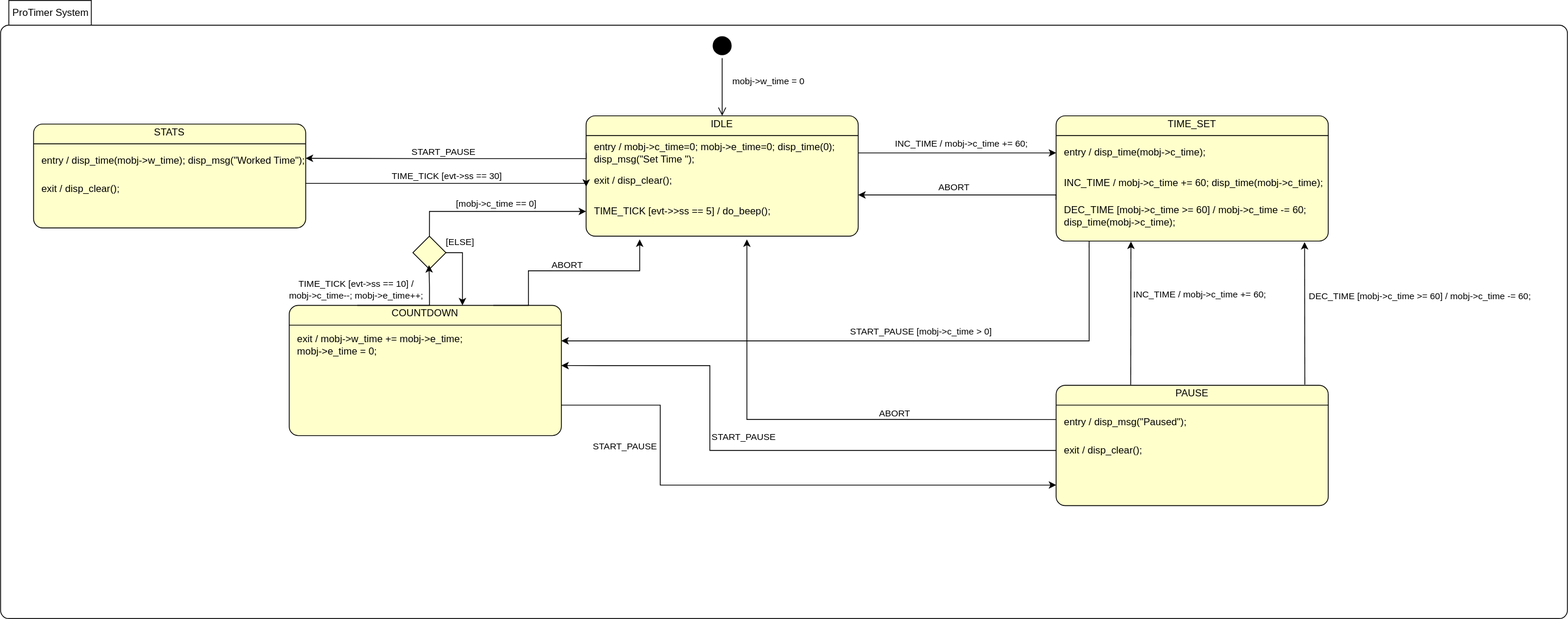
The draw.io diagram doc/fsm/ProTimer.drawio.svg in s-rincon/fw-stm32-productivity-timer, before a commit. Source tidied: cells renumbered, new cells last; positions are measured from the earlier drawing's top-left corner, leaving out a move shared by most shapes.
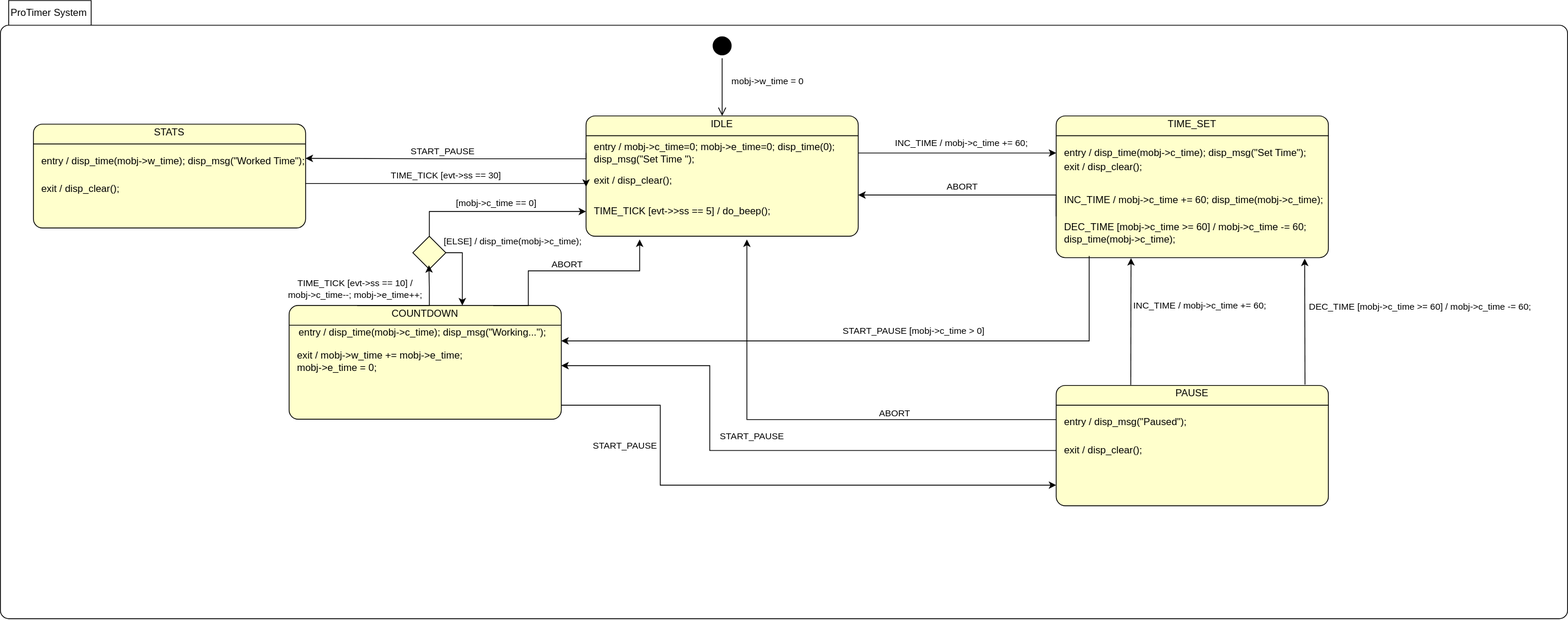
Above is the later version.

Change to the diagram source:
```diff
@@ -63,7 +63,7 @@
       <mxGeometry y="126" width="330" height="20" as="geometry" />
     </mxCell>
     <mxCell id="22" style="fontStyle=1;align=center;verticalAlign=middle;horizontal=1;rounded=1;absoluteArcSize=1;arcSize=22;fillColor=#FFFFCC;" parent="1" vertex="1">
-      <mxGeometry x="1280" y="140" width="330" height="152" as="geometry" />
+      <mxGeometry x="1280" y="140" width="330" height="172" as="geometry" />
     </mxCell>
     <mxCell id="23" value="TIME_SET" style="html=1;align=center;spacing=0;verticalAlign=middle;strokeColor=none;fillColor=none;whiteSpace=wrap;" parent="22" vertex="1">
       <mxGeometry width="330" height="20" as="geometry" />
@@ -74,26 +74,29 @@
     <mxCell id="25" style="html=1;align=left;spacing=0;spacingLeft=10;verticalAlign=middle;strokeColor=none;fillColor=none;whiteSpace=wrap;" parent="22" vertex="1">
       <mxGeometry y="28" width="330" height="10" as="geometry" />
     </mxCell>
-    <mxCell id="26" value="entry / disp_time(mobj-&amp;gt;c_time);" style="html=1;align=left;spacing=0;spacingLeft=10;verticalAlign=middle;strokeColor=none;fillColor=none;whiteSpace=wrap;" parent="22" vertex="1">
+    <mxCell id="26" value="entry / disp_time(mobj-&amp;gt;c_time); disp_msg(&quot;Set Time&quot;);" style="html=1;align=left;spacing=0;spacingLeft=10;verticalAlign=middle;strokeColor=none;fillColor=none;whiteSpace=wrap;" parent="22" vertex="1">
       <mxGeometry y="38" width="330" height="14" as="geometry" />
     </mxCell>
-    <mxCell id="27" style="html=1;align=left;spacing=0;spacingLeft=10;verticalAlign=middle;strokeColor=none;fillColor=none;whiteSpace=wrap;" parent="22" vertex="1">
+    <mxCell id="27" value="exit / disp_clear();" style="html=1;align=left;spacing=0;spacingLeft=10;verticalAlign=middle;strokeColor=none;fillColor=none;whiteSpace=wrap;" parent="22" vertex="1">
       <mxGeometry y="52" width="330" height="20" as="geometry" />
     </mxCell>
+    <mxCell id="84" style="html=1;align=left;spacing=0;spacingLeft=10;verticalAlign=middle;strokeColor=none;fillColor=none;whiteSpace=wrap;" parent="22" vertex="1">
+      <mxGeometry y="72" width="330" height="20" as="geometry" />
+    </mxCell>
     <mxCell id="28" value="INC_TIME / mobj-&amp;gt;c_time += 60; disp_time(mobj-&amp;gt;c_time);" style="html=1;align=left;spacing=0;spacingLeft=10;verticalAlign=middle;strokeColor=none;fillColor=none;whiteSpace=wrap;" parent="22" vertex="1">
-      <mxGeometry y="72" width="330" height="20" as="geometry" />
+      <mxGeometry y="92" width="330" height="20" as="geometry" />
     </mxCell>
     <mxCell id="29" style="html=1;align=left;spacing=0;spacingLeft=10;verticalAlign=middle;strokeColor=none;fillColor=none;whiteSpace=wrap;" parent="22" vertex="1">
-      <mxGeometry y="92" width="330" height="20" as="geometry" />
+      <mxGeometry y="112" width="330" height="20" as="geometry" />
     </mxCell>
     <mxCell id="30" value="DEC_TIME [mobj-&amp;gt;c_time &amp;gt;= 60] / mobj-&amp;gt;c_time -= 60;&lt;div&gt;disp_time(mobj-&amp;gt;c_time);&lt;/div&gt;" style="html=1;align=left;spacing=0;spacingLeft=10;verticalAlign=middle;strokeColor=none;fillColor=none;whiteSpace=wrap;" parent="22" vertex="1">
-      <mxGeometry y="112" width="330" height="20" as="geometry" />
+      <mxGeometry y="132" width="330" height="20" as="geometry" />
     </mxCell>
     <mxCell id="31" style="html=1;align=left;spacing=0;spacingLeft=10;verticalAlign=middle;strokeColor=none;fillColor=none;whiteSpace=wrap;" parent="22" vertex="1">
-      <mxGeometry y="132" width="330" height="20" as="geometry" />
+      <mxGeometry y="152" width="330" height="20" as="geometry" />
     </mxCell>
     <mxCell id="32" style="fontStyle=1;align=center;verticalAlign=middle;horizontal=1;rounded=1;absoluteArcSize=1;arcSize=22;fillColor=#FFFFCC;" parent="1" vertex="1">
-      <mxGeometry x="350" y="370" width="330" height="158" as="geometry" />
+      <mxGeometry x="350" y="370" width="330" height="138" as="geometry" />
     </mxCell>
     <mxCell id="33" value="COUNTDOWN" style="html=1;align=center;spacing=0;verticalAlign=middle;strokeColor=none;fillColor=none;whiteSpace=wrap;" parent="32" vertex="1">
       <mxGeometry width="330" height="20" as="geometry" />
@@ -101,26 +104,23 @@
     <mxCell id="34" style="line;strokeWidth=1;fillColor=none;align=left;verticalAlign=middle;spacingTop=-1;spacingLeft=3;spacingRight=3;labelPosition=right;" parent="32" vertex="1">
       <mxGeometry y="20" width="330" height="8" as="geometry" />
     </mxCell>
-    <mxCell id="35" style="html=1;align=left;spacing=0;spacingLeft=10;verticalAlign=middle;strokeColor=none;fillColor=none;whiteSpace=wrap;" parent="32" vertex="1">
+    <mxCell id="35" value="entry / disp_time(mobj-&amp;gt;c_time); disp_msg(&quot;Working...&quot;);" style="html=1;align=left;spacing=0;spacingLeft=10;verticalAlign=middle;strokeColor=none;fillColor=none;whiteSpace=wrap;" parent="32" vertex="1">
       <mxGeometry y="28" width="330" height="10" as="geometry" />
     </mxCell>
+    <mxCell id="38" style="html=1;align=left;spacing=0;spacingLeft=10;verticalAlign=middle;strokeColor=none;fillColor=none;whiteSpace=wrap;" parent="32" vertex="1">
+      <mxGeometry y="38" width="330" height="20" as="geometry" />
+    </mxCell>
     <mxCell id="36" value="exit / mobj-&amp;gt;w_time += mobj-&amp;gt;e_time;&lt;br&gt;mobj-&amp;gt;e_time = 0;" style="html=1;align=left;spacing=0;spacingLeft=10;verticalAlign=middle;strokeColor=none;fillColor=none;whiteSpace=wrap;" parent="32" vertex="1">
-      <mxGeometry y="38" width="330" height="20" as="geometry" />
+      <mxGeometry y="58" width="330" height="20" as="geometry" />
     </mxCell>
     <mxCell id="37" style="html=1;align=left;spacing=0;spacingLeft=10;verticalAlign=middle;strokeColor=none;fillColor=none;whiteSpace=wrap;" parent="32" vertex="1">
-      <mxGeometry y="58" width="330" height="20" as="geometry" />
+      <mxGeometry y="78" width="330" height="20" as="geometry" />
     </mxCell>
-    <mxCell id="38" style="html=1;align=left;spacing=0;spacingLeft=10;verticalAlign=middle;strokeColor=none;fillColor=none;whiteSpace=wrap;" parent="32" vertex="1">
-      <mxGeometry y="78" width="330" height="20" as="geometry" />
-    </mxCell>
     <mxCell id="39" style="html=1;align=left;spacing=0;spacingLeft=10;verticalAlign=middle;strokeColor=none;fillColor=none;whiteSpace=wrap;" parent="32" vertex="1">
       <mxGeometry y="98" width="330" height="20" as="geometry" />
     </mxCell>
-    <mxCell id="40" style="html=1;align=left;spacing=0;spacingLeft=10;verticalAlign=middle;strokeColor=none;fillColor=none;whiteSpace=wrap;" parent="32" vertex="1">
-      <mxGeometry y="118" width="330" height="20" as="geometry" />
-    </mxCell>
     <mxCell id="41" style="html=1;align=left;spacing=0;spacingLeft=10;verticalAlign=middle;strokeColor=none;fillColor=none;whiteSpace=wrap;" parent="32" vertex="1">
-      <mxGeometry y="138" width="330" height="20" as="geometry" />
+      <mxGeometry y="118" width="330" height="20" as="geometry" />
     </mxCell>
     <mxCell id="42" style="fontStyle=1;align=center;verticalAlign=middle;horizontal=1;rounded=1;absoluteArcSize=1;arcSize=22;fillColor=#FFFFCC;" parent="1" vertex="1">
       <mxGeometry x="1280" y="467" width="330" height="146" as="geometry" />
@@ -183,11 +183,11 @@
         <mxPoint y="-9" as="offset" />
       </mxGeometry>
     </mxCell>
-    <mxCell id="59" style="edgeStyle=orthogonalEdgeStyle;rounded=0;jettySize=auto;html=1;entryX=1;entryY=0.25;entryDx=0;entryDy=0;" parent="1" edge="1" target="36">
+    <mxCell id="59" style="edgeStyle=orthogonalEdgeStyle;rounded=0;orthogonalLoop=1;jettySize=auto;html=1;" parent="1" edge="1">
       <mxGeometry relative="1" as="geometry">
-        <mxPoint x="1320" y="300" as="sourcePoint" />
+        <mxPoint x="1320" y="310" as="sourcePoint" />
+        <mxPoint x="680" y="413" as="targetPoint" />
         <Array as="points">
-          <mxPoint x="1320" y="292" />
           <mxPoint x="1320" y="413" />
         </Array>
       </mxGeometry>
@@ -209,8 +209,9 @@
         <mxPoint x="140" y="5" as="offset" />
       </mxGeometry>
     </mxCell>
-    <mxCell id="63" style="edgeStyle=orthogonalEdgeStyle;rounded=0;jettySize=auto;html=1;exitX=0;exitY=0.5;exitDx=0;exitDy=0;entryX=1;entryY=0.75;entryDx=0;entryDy=0;" parent="1" edge="1" source="48" target="37">
+    <mxCell id="63" style="edgeStyle=orthogonalEdgeStyle;rounded=0;jettySize=auto;html=1;exitX=0;exitY=0.5;exitDx=0;exitDy=0;" parent="1" edge="1" source="48">
       <mxGeometry relative="1" as="geometry">
+        <mxPoint x="680" y="443" as="targetPoint" />
         <Array as="points">
           <mxPoint x="860" y="546" />
           <mxPoint x="860" y="443" />
@@ -219,7 +220,7 @@
     </mxCell>
     <mxCell id="64" value="START_PAUSE" style="edgeLabel;html=1;align=center;verticalAlign=middle;" parent="63" vertex="1">
       <mxGeometry relative="1" as="geometry">
-        <mxPoint x="-29" y="-17" as="offset" />
+        <mxPoint x="-19" y="-17" as="offset" />
       </mxGeometry>
     </mxCell>
     <mxCell id="65" style="edgeStyle=orthogonalEdgeStyle;rounded=0;orthogonalLoop=1;jettySize=auto;html=1;exitX=1;exitY=0.25;exitDx=0;exitDy=0;" parent="1" edge="1">
@@ -286,9 +287,9 @@
         </Array>
       </mxGeometry>
     </mxCell>
-    <mxCell id="75" value="[ELSE]" style="edgeLabel;html=1;align=center;verticalAlign=middle;" parent="74" vertex="1">
+    <mxCell id="75" value="[ELSE] / disp_time(mobj-&amp;gt;c_time);" style="edgeLabel;html=1;align=center;verticalAlign=middle;" parent="74" vertex="1">
       <mxGeometry x="-0.56" y="-1" relative="1" as="geometry">
-        <mxPoint x="-2" y="-15" as="offset" />
+        <mxPoint x="62" y="-15" as="offset" />
       </mxGeometry>
     </mxCell>
     <mxCell id="76" style="edgeStyle=orthogonalEdgeStyle;rounded=0;jettySize=auto;html=1;exitX=0.274;exitY=-0.031;exitDx=0;exitDy=0;entryX=0.275;entryY=1.027;entryDx=0;entryDy=0;entryPerimeter=0;exitPerimeter=0;" parent="1" edge="1" source="43" target="31">
```
